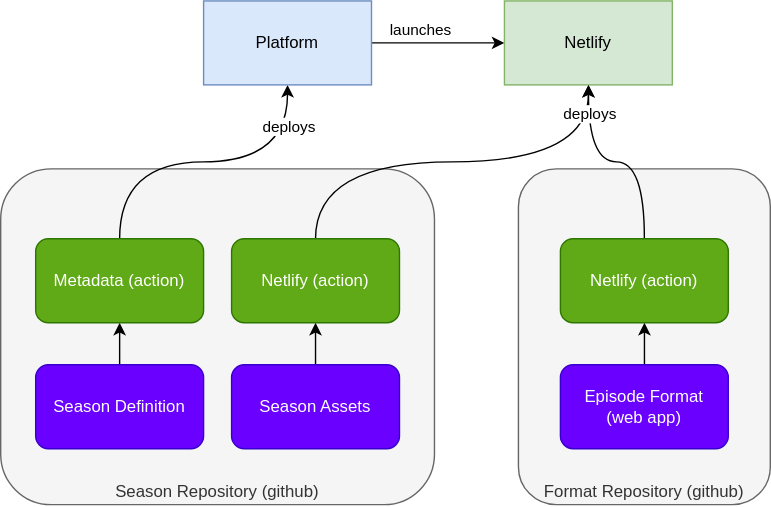
Above: docs/assets/scm-view.drawio.svg in talent-digital/talentkit (draw.io), before the change. Source tidied: cells renumbered, new cells last; positions are measured from the earlier drawing's top-left corner, leaving out a move shared by most shapes.
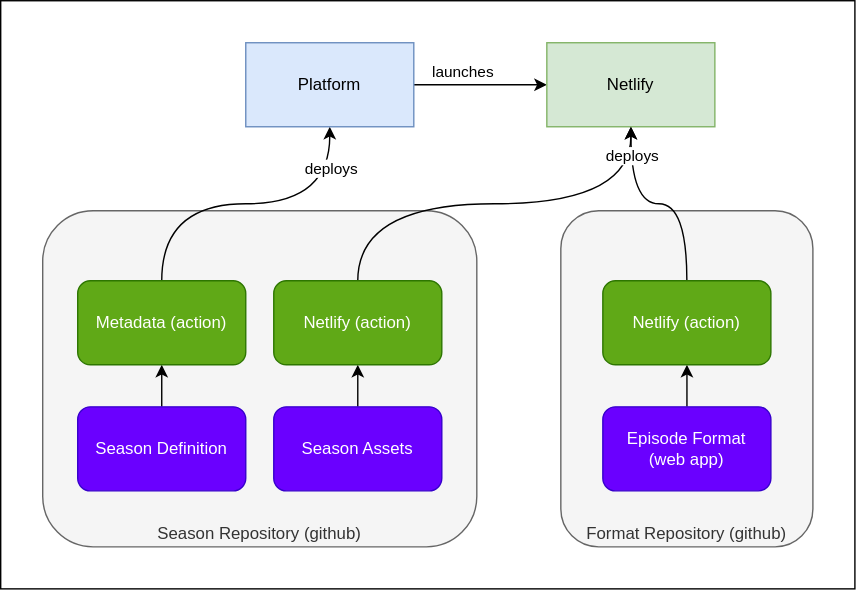
Above is the later version.

Change to the diagram source:
```diff
@@ -2,6 +2,9 @@
   <root>
     <mxCell id="0" />
     <mxCell id="1" parent="0" />
+    <mxCell id="22" style="rounded=0;whiteSpace=wrap;html=1;glass=0;sketch=0;" parent="1" vertex="1">
+      <mxGeometry x="-30" y="-30" width="610" height="420" as="geometry" />
+    </mxCell>
     <mxCell id="2" value="Format Repository (github)" style="rounded=1;whiteSpace=wrap;html=1;align=center;verticalAlign=bottom;fillColor=#f5f5f5;fontColor=#333333;strokeColor=#666666;glass=0;" parent="1" vertex="1">
       <mxGeometry x="370" y="120" width="180" height="240" as="geometry" />
     </mxCell>
```
